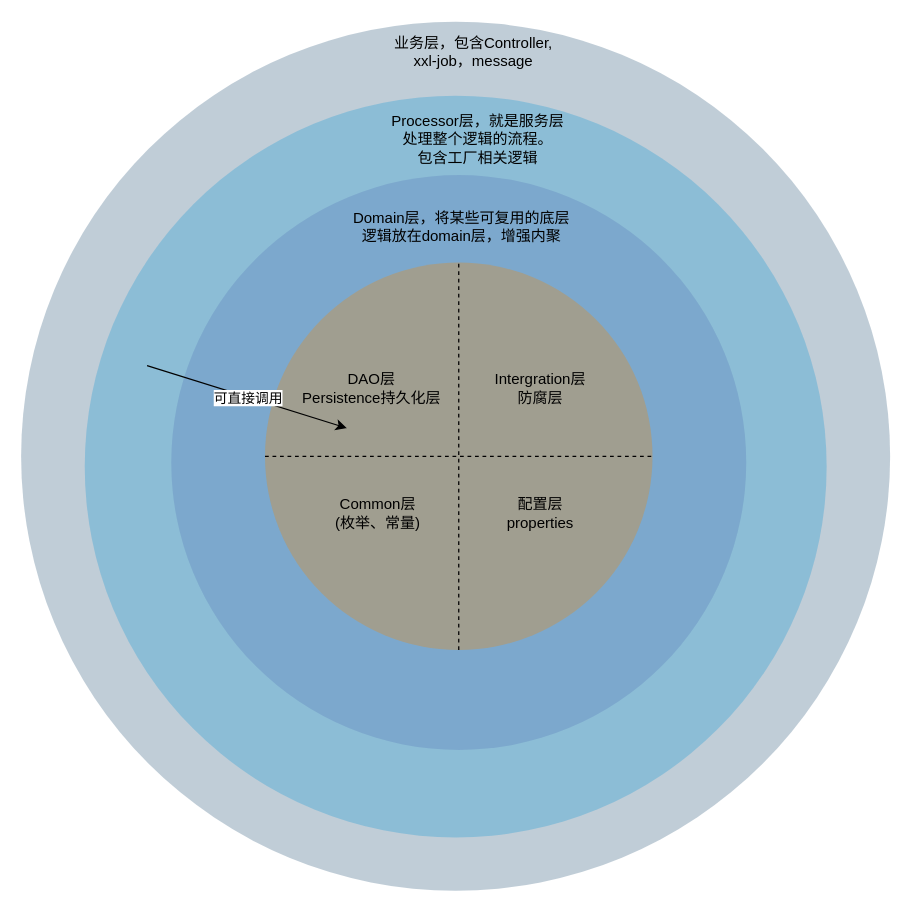
Above: 洋葱.drawio in DuskDrum/diagrams (draw.io), before the change. Source tidied: cells renumbered, new cells numbered last; positions are measured from the earlier drawing's top-left corner, leaving out a move shared by most shapes. Both pictures are drawn from the tidied source at 125%, with x=0, y=0 at pixel (20, 21).
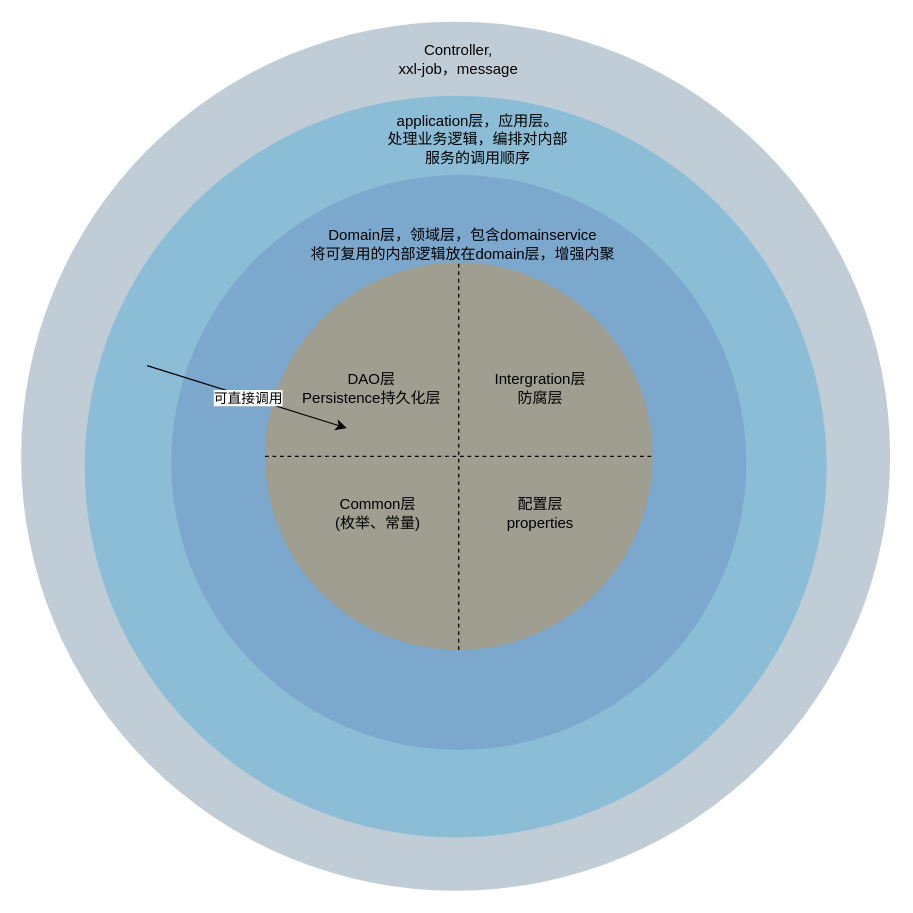
After the change.

The edit, as a diff of the source:
```diff
@@
 <mxGraphModel>
   <root>
     <mxCell id="0" />
     <mxCell id="1" parent="0" />
     <mxCell id="2" style="ellipse;whiteSpace=wrap;html=1;rounded=1;shadow=0;labelBackgroundColor=none;strokeColor=none;strokeWidth=3;fillColor=#2f5b7c;gradientColor=none;fontFamily=Helvetica;fontSize=14;fontColor=#AE4132;align=center;opacity=30;" parent="1" vertex="1">
       <mxGeometry x="0.4" y="-0.1" width="695.2" height="695.2" as="geometry" />
     </mxCell>
     <mxCell id="3" style="ellipse;whiteSpace=wrap;html=1;rounded=1;shadow=0;labelBackgroundColor=none;strokeColor=none;strokeWidth=3;fillColor=#736CA8;gradientColor=none;fontFamily=Helvetica;fontSize=14;fontColor=#AE4132;align=center;opacity=30;" parent="1" vertex="1">
       <mxGeometry x="120.5" y="122.5" width="460" height="460" as="geometry" />
     </mxCell>
     <mxCell id="4" style="ellipse;whiteSpace=wrap;html=1;rounded=1;shadow=0;labelBackgroundColor=none;strokeColor=none;strokeWidth=3;fillColor=#1699D3;gradientColor=none;fontFamily=Helvetica;fontSize=14;fontColor=#AE4132;align=center;opacity=30;" parent="1" vertex="1">
       <mxGeometry x="51.3" y="59" width="593.5" height="593.5" as="geometry" />
     </mxCell>
     <mxCell id="5" style="ellipse;whiteSpace=wrap;html=1;rounded=1;shadow=0;labelBackgroundColor=none;strokeColor=none;strokeWidth=3;fillColor=#F08705;gradientColor=none;fontFamily=Helvetica;fontSize=14;fontColor=#AE4132;align=center;opacity=30;" parent="1" vertex="1">
       <mxGeometry x="195.5" y="192.5" width="310" height="310" as="geometry" />
     </mxCell>
     <mxCell id="6" style="endArrow=none;dashed=1;html=1;rounded=0;exitX=0;exitY=0.5;exitDx=0;exitDy=0;entryX=1;entryY=0.5;entryDx=0;entryDy=0;" parent="1" edge="1" source="5" target="5">
       <mxGeometry relative="1" as="geometry" />
     </mxCell>
     <mxCell id="7" style="endArrow=none;dashed=1;html=1;rounded=0;entryX=0.5;entryY=0;entryDx=0;entryDy=0;exitX=0.5;exitY=1;exitDx=0;exitDy=0;" parent="1" edge="1" source="5" target="5">
       <mxGeometry relative="1" as="geometry" />
     </mxCell>
     <mxCell id="8" value="DAO层&lt;br&gt;Persistence持久化层" style="text;html=1;strokeColor=none;fillColor=none;align=center;verticalAlign=middle;whiteSpace=wrap;rounded=0;" parent="1" vertex="1">
       <mxGeometry x="221" y="277.5" width="120" height="30" as="geometry" />
     </mxCell>
     <mxCell id="9" value="Intergration层&lt;br&gt;防腐层" style="text;html=1;strokeColor=none;fillColor=none;align=center;verticalAlign=middle;whiteSpace=wrap;rounded=0;" parent="1" vertex="1">
       <mxGeometry x="375.5" y="277.5" width="80" height="30" as="geometry" />
     </mxCell>
     <mxCell id="10" value="Common层&lt;br&gt;(枚举、常量)" style="text;html=1;strokeColor=none;fillColor=none;align=center;verticalAlign=middle;whiteSpace=wrap;rounded=0;" parent="1" vertex="1">
       <mxGeometry x="241" y="377.5" width="90" height="30" as="geometry" />
     </mxCell>
     <mxCell id="11" value="配置层&lt;br&gt;properties" style="text;html=1;strokeColor=none;fillColor=none;align=center;verticalAlign=middle;whiteSpace=wrap;rounded=0;" parent="1" vertex="1">
       <mxGeometry x="385.5" y="377.5" width="60" height="30" as="geometry" />
     </mxCell>
-    <mxCell id="12" value="Domain层，将某些可复用的底层逻辑放在domain层，增强内聚" style="text;html=1;strokeColor=none;fillColor=none;align=center;verticalAlign=middle;whiteSpace=wrap;rounded=0;" parent="1" vertex="1">
-      <mxGeometry x="265.1" y="149" width="175.9" height="30" as="geometry" />
+    <mxCell id="12" value="Domain层，领域层，包含domainservice&lt;br&gt;将可复用的内部逻辑放在domain层，增强内聚" style="text;html=1;strokeColor=none;fillColor=none;align=center;verticalAlign=middle;whiteSpace=wrap;rounded=0;" parent="1" vertex="1">
+      <mxGeometry x="231" y="162.5" width="245.9" height="30" as="geometry" />
     </mxCell>
-    <mxCell id="13" value="Processor层，就是服务层&lt;br&gt;处理整个逻辑的流程。&lt;br&gt;包含工厂相关逻辑" style="text;html=1;strokeColor=none;fillColor=none;align=center;verticalAlign=middle;whiteSpace=wrap;rounded=0;" parent="1" vertex="1">
+    <mxCell id="13" value="application层，应用层。&lt;br&gt;处理业务逻辑，编排对内部服务的调用顺序" style="text;html=1;strokeColor=none;fillColor=none;align=center;verticalAlign=middle;whiteSpace=wrap;rounded=0;" parent="1" vertex="1">
       <mxGeometry x="291" y="79" width="150" height="30" as="geometry" />
     </mxCell>
-    <mxCell id="14" value="业务层，包含Controller,&lt;br&gt;xxl-job，message" style="text;html=1;strokeColor=none;fillColor=none;align=center;verticalAlign=middle;whiteSpace=wrap;rounded=0;" parent="1" vertex="1">
-      <mxGeometry x="291" y="9" width="142.9" height="30.9" as="geometry" />
+    <mxCell id="14" value="Controller,&lt;br&gt;xxl-job，message" style="text;html=1;strokeColor=none;fillColor=none;align=center;verticalAlign=middle;whiteSpace=wrap;rounded=0;" parent="1" vertex="1">
+      <mxGeometry x="279" y="15" width="142.9" height="30.9" as="geometry" />
     </mxCell>
     <mxCell id="15" style="endArrow=classic;html=1;rounded=0;exitX=0.084;exitY=0.364;exitDx=0;exitDy=0;exitPerimeter=0;" parent="1" edge="1" source="4">
       <mxGeometry relative="1" as="geometry">
         <mxPoint x="261" y="325" as="targetPoint" />
       </mxGeometry>
     </mxCell>
     <mxCell id="16" value="可直接调用" style="edgeLabel;html=1;align=center;verticalAlign=middle;" parent="15" vertex="1">
       <mxGeometry relative="1" as="geometry" />
     </mxCell>
   </root>
 </mxGraphModel>
```
